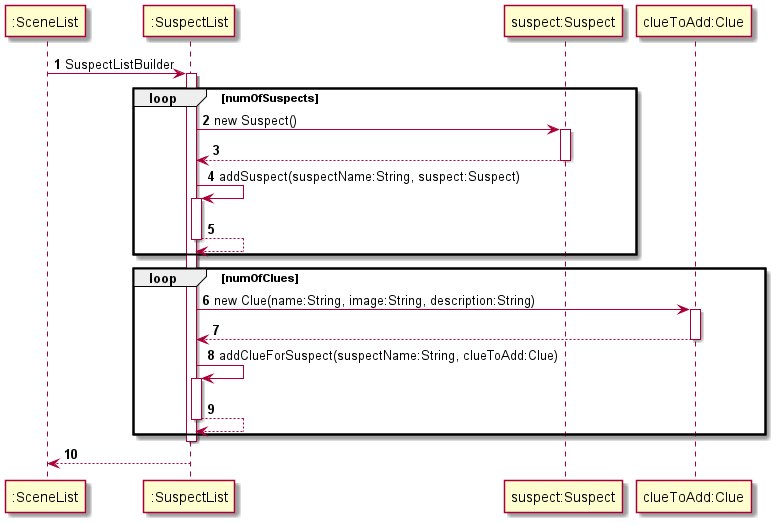
The PlantUML diagram docs/Suspect.png in peng-217/tp, before a commit.
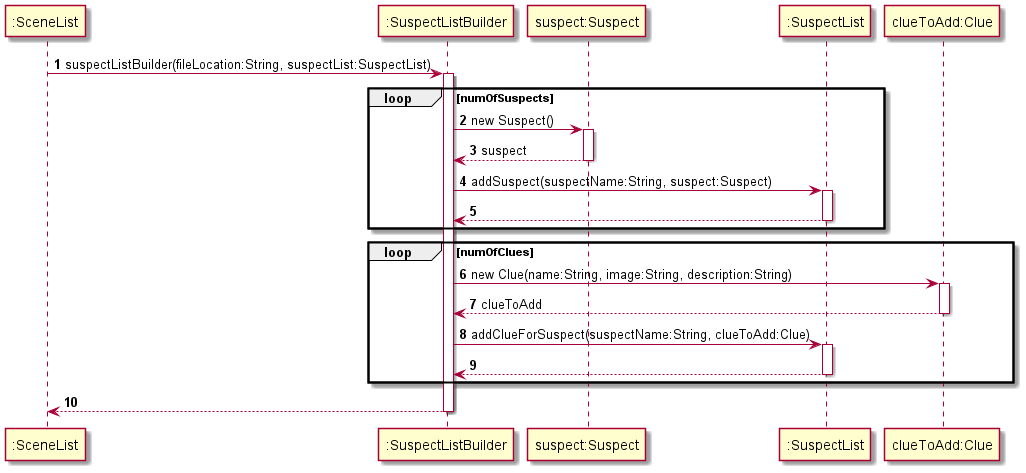
After the commit.

Commit message:
Fixed suspectListBuilder sequence diagram

Diff of the diagram source:
```diff
@@ -3,30 +3,31 @@
 autonumber
 
 
-":SceneList" -> ":SuspectList" :SuspectListBuilder
+":SceneList" -> ":SuspectListBuilder" :suspectListBuilder(fileLocation:String, suspectList:SuspectList)
 loop numOfSuspects
+    activate ":SuspectListBuilder"
+    ":SuspectListBuilder" -> "suspect:Suspect" :new Suspect()
+    activate "suspect:Suspect"
+    "suspect:Suspect" --> ":SuspectListBuilder" :suspect
+    deactivate "suspect:Suspect"
+    ":SuspectListBuilder" -> ":SuspectList" :addSuspect(suspectName:String, suspect:Suspect)
     activate ":SuspectList"
-    ":SuspectList" -> "suspect:Suspect" :new Suspect()
-    activate "suspect:Suspect"
-    "suspect:Suspect" --> ":SuspectList"
-    deactivate "suspect:Suspect"
-    ":SuspectList" -> ":SuspectList" :addSuspect(suspectName:String, suspect:Suspect)
+    ":SuspectList" --> ":SuspectListBuilder"
+    deactivate ":SuspectList"
+
+    end
+loop numOfClues
+    ":SuspectListBuilder" -> "clueToAdd:Clue" :new Clue(name:String, image:String, description:String)
+    activate "clueToAdd:Clue"
+    "clueToAdd:Clue" --> ":SuspectListBuilder" :clueToAdd
+    deactivate "clueToAdd:Clue"
+    ":SuspectListBuilder" -> ":SuspectList" :addClueForSuspect(suspectName:String, clueToAdd:Clue)
     activate ":SuspectList"
-    ":SuspectList" --> ":SuspectList"
+    ":SuspectList" --> ":SuspectListBuilder"
     deactivate ":SuspectList"
     end
-loop numOfClues
-    ":SuspectList" -> "clueToAdd:Clue" :new Clue(name:String, image:String, description:String)
-    activate "clueToAdd:Clue"
-    "clueToAdd:Clue" --> ":SuspectList"
-    deactivate "clueToAdd:Clue"
-    ":SuspectList" -> ":SuspectList" :addClueForSuspect(suspectName:String, clueToAdd:Clue)
-    activate ":SuspectList"
-    ":SuspectList" --> ":SuspectList"
-    deactivate ":SuspectList"
-    end
-deactivate ":SuspectList"
-":SuspectList" --> ":SceneList"
+":SuspectListBuilder" --> ":SceneList"
+deactivate ":SuspectListBuilder"
 
 
 
```
